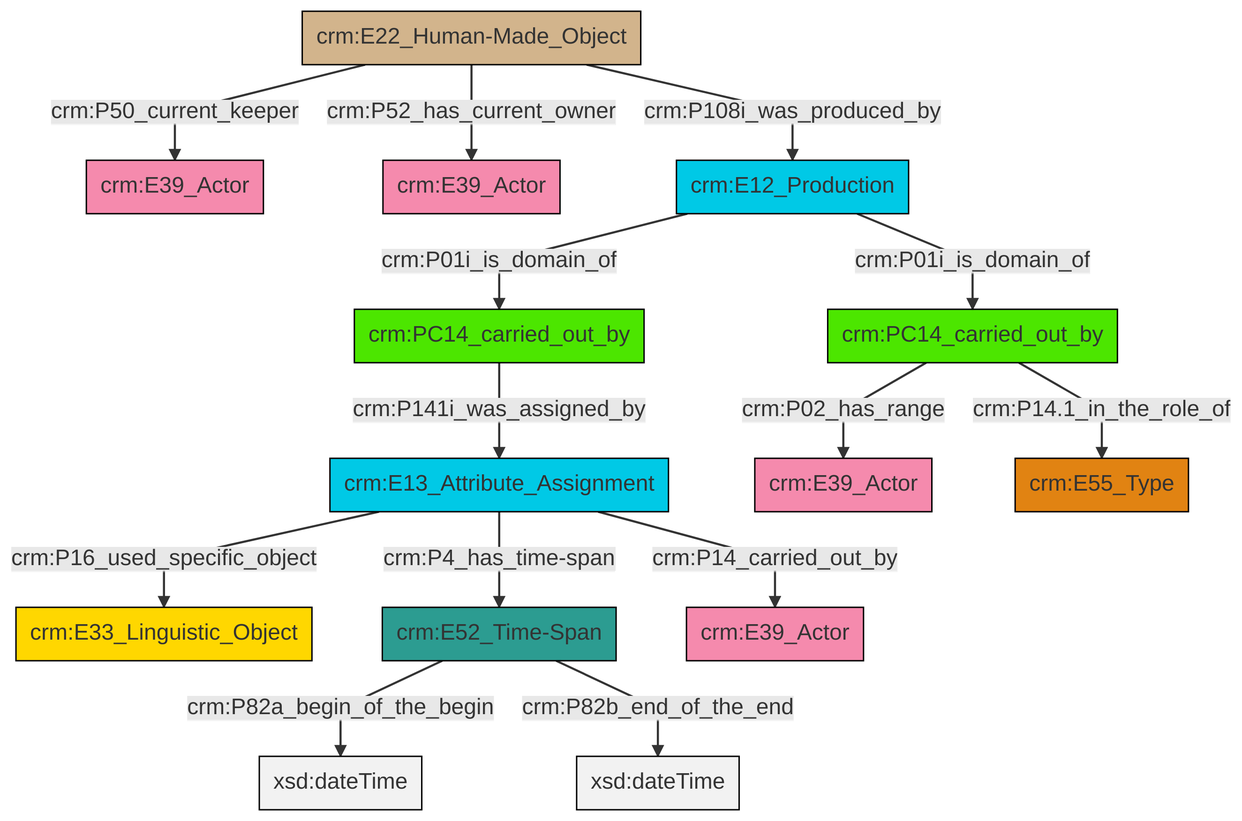
swiss-art-research-net/docs.swissartresearch keeps this Mermaid diagram as et/carrierCSV/ttl/mmd/png/carrier_relations.png. Above is the earlier version. Its source is kept beside it as et/carrierCSV/ttl/mmd/carrier_relations.ttl.mmd.
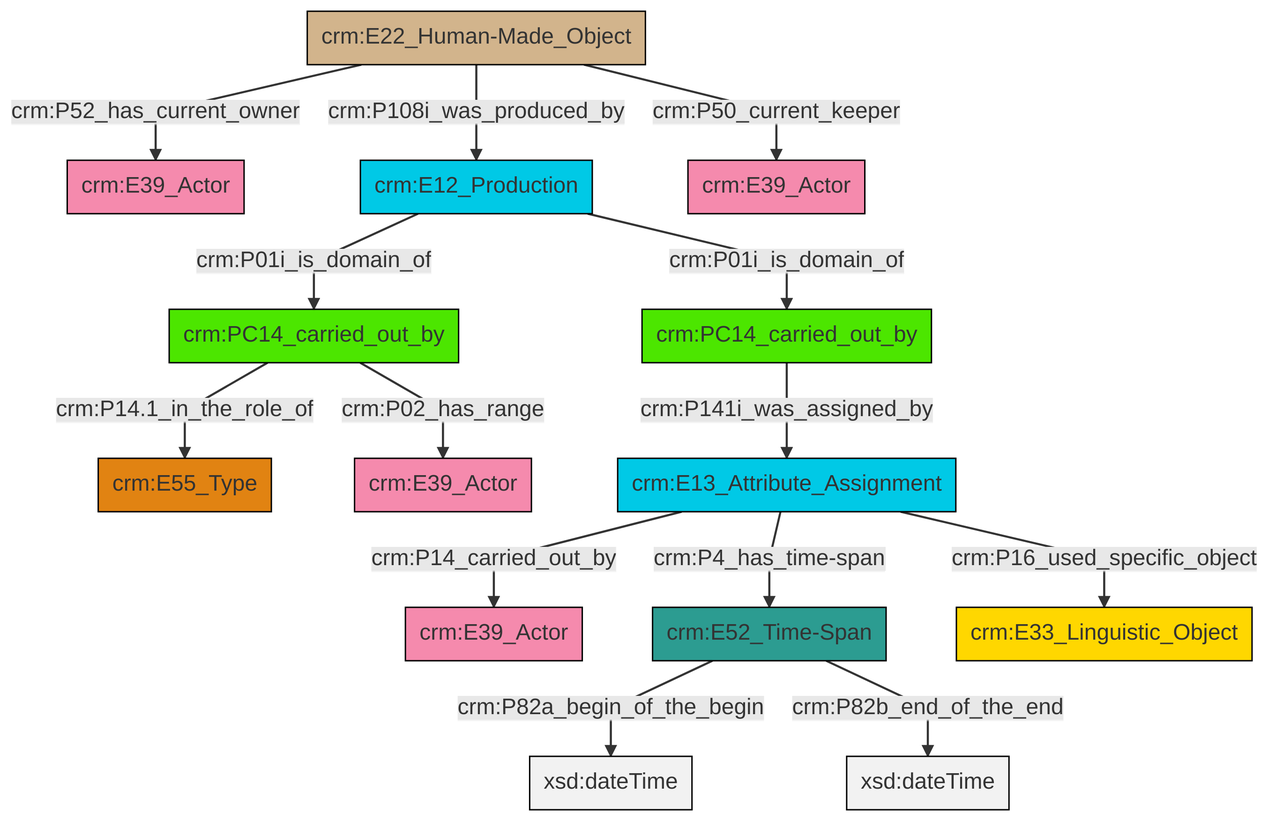
After the commit.

Diff of the diagram source:
```diff
@@ -13,16 +13,16 @@
 classDef PC_Classes fill:#4ce600, stroke:#000000;
 classDef Multi fill:#cccccc,stroke:#000000;
 
-2["crm:E13_Attribute_Assignment"]:::Temporal_Entity -->|crm:P16_used_specific_object| 3["crm:E33_Linguistic_Object"]:::Conceptual_Object
-9["crm:E22_Human-Made_Object"]:::Physical_Thing -->|crm:P50_current_keeper| 0["crm:E39_Actor"]:::Actor
-9["crm:E22_Human-Made_Object"]:::Physical_Thing -->|crm:P52_has_current_owner| 10["crm:E39_Actor"]:::Actor
-12["crm:PC14_carried_out_by"]:::PC_Classes -->|crm:P141i_was_assigned_by| 2["crm:E13_Attribute_Assignment"]:::Temporal_Entity
-16["crm:PC14_carried_out_by"]:::PC_Classes -->|crm:P14.1_in_the_role_of| 17["crm:E55_Type"]:::Type
-2["crm:E13_Attribute_Assignment"]:::Temporal_Entity -->|crm:P4_has_time-span| 5["crm:E52_Time-Span"]:::Time-Span
-5["crm:E52_Time-Span"]:::Time-Span -->|crm:P82a_begin_of_the_begin| 18[xsd:dateTime]:::Literal
-9["crm:E22_Human-Made_Object"]:::Physical_Thing -->|crm:P108i_was_produced_by| 14["crm:E12_Production"]:::Temporal_Entity
-5["crm:E52_Time-Span"]:::Time-Span -->|crm:P82b_end_of_the_end| 22[xsd:dateTime]:::Literal
-14["crm:E12_Production"]:::Temporal_Entity -->|crm:P01i_is_domain_of| 16["crm:PC14_carried_out_by"]:::PC_Classes
-16["crm:PC14_carried_out_by"]:::PC_Classes -->|crm:P02_has_range| 7["crm:E39_Actor"]:::Actor
-14["crm:E12_Production"]:::Temporal_Entity -->|crm:P01i_is_domain_of| 12["crm:PC14_carried_out_by"]:::PC_Classes
-2["crm:E13_Attribute_Assignment"]:::Temporal_Entity -->|crm:P14_carried_out_by| 24["crm:E39_Actor"]:::Actor
+4["crm:PC14_carried_out_by"]:::PC_Classes -->|crm:P14.1_in_the_role_of| 5["crm:E55_Type"]:::Type
+6["crm:E52_Time-Span"]:::Time-Span -->|crm:P82a_begin_of_the_begin| 7[xsd:dateTime]:::Literal
+8["crm:E13_Attribute_Assignment"]:::Temporal_Entity -->|crm:P14_carried_out_by| 0["crm:E39_Actor"]:::Actor
+8["crm:E13_Attribute_Assignment"]:::Temporal_Entity -->|crm:P4_has_time-span| 6["crm:E52_Time-Span"]:::Time-Span
+4["crm:PC14_carried_out_by"]:::PC_Classes -->|crm:P02_has_range| 13["crm:E39_Actor"]:::Actor
+11["crm:E22_Human-Made_Object"]:::Physical_Thing -->|crm:P52_has_current_owner| 9["crm:E39_Actor"]:::Actor
+11["crm:E22_Human-Made_Object"]:::Physical_Thing -->|crm:P108i_was_produced_by| 15["crm:E12_Production"]:::Temporal_Entity
+6["crm:E52_Time-Span"]:::Time-Span -->|crm:P82b_end_of_the_end| 16[xsd:dateTime]:::Literal
+15["crm:E12_Production"]:::Temporal_Entity -->|crm:P01i_is_domain_of| 4["crm:PC14_carried_out_by"]:::PC_Classes
+15["crm:E12_Production"]:::Temporal_Entity -->|crm:P01i_is_domain_of| 2["crm:PC14_carried_out_by"]:::PC_Classes
+8["crm:E13_Attribute_Assignment"]:::Temporal_Entity -->|crm:P16_used_specific_object| 20["crm:E33_Linguistic_Object"]:::Conceptual_Object
+2["crm:PC14_carried_out_by"]:::PC_Classes -->|crm:P141i_was_assigned_by| 8["crm:E13_Attribute_Assignment"]:::Temporal_Entity
+11["crm:E22_Human-Made_Object"]:::Physical_Thing -->|crm:P50_current_keeper| 17["crm:E39_Actor"]:::Actor
```
